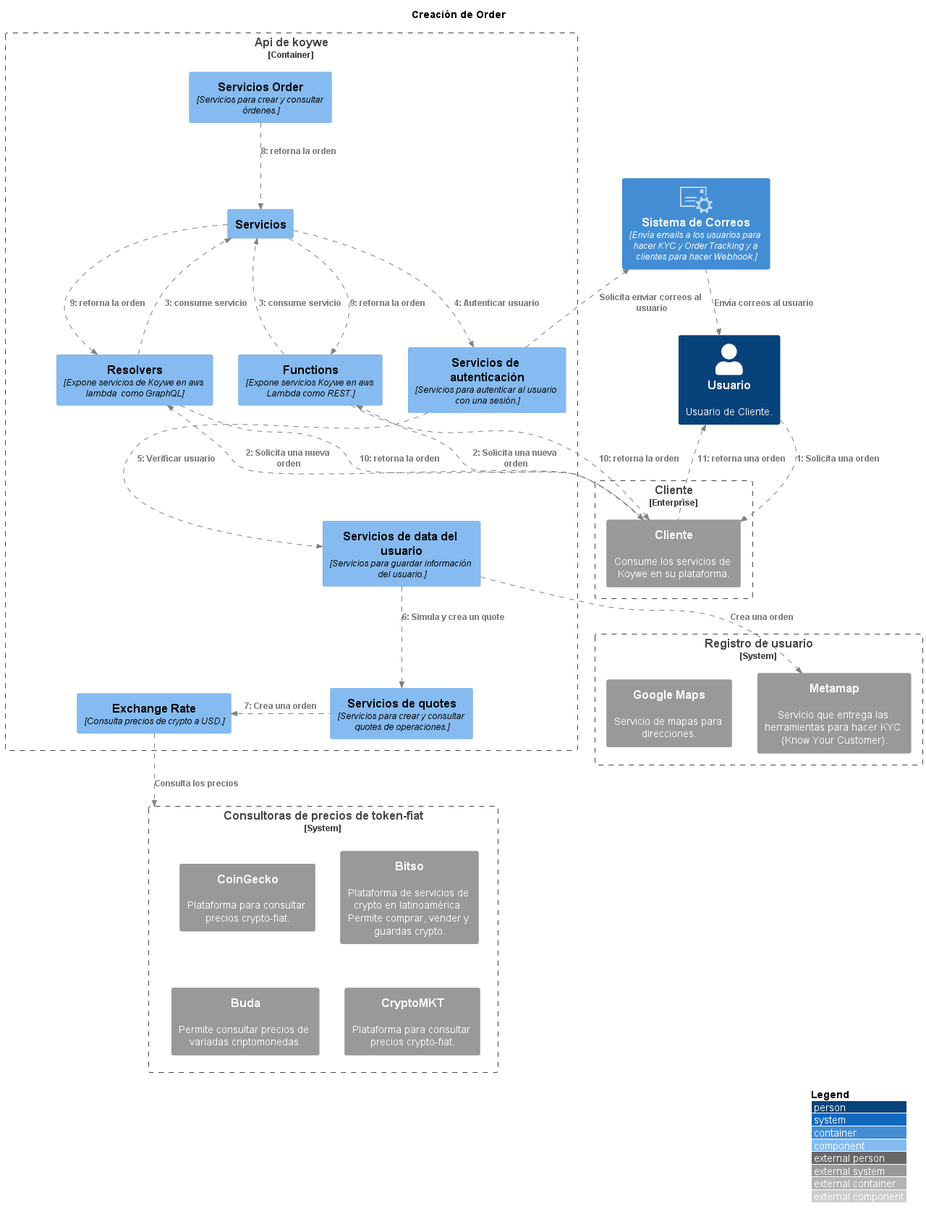
Above: koywe/crear_orden.png in kpeet/koyweC4 (PlantUML), before the change.
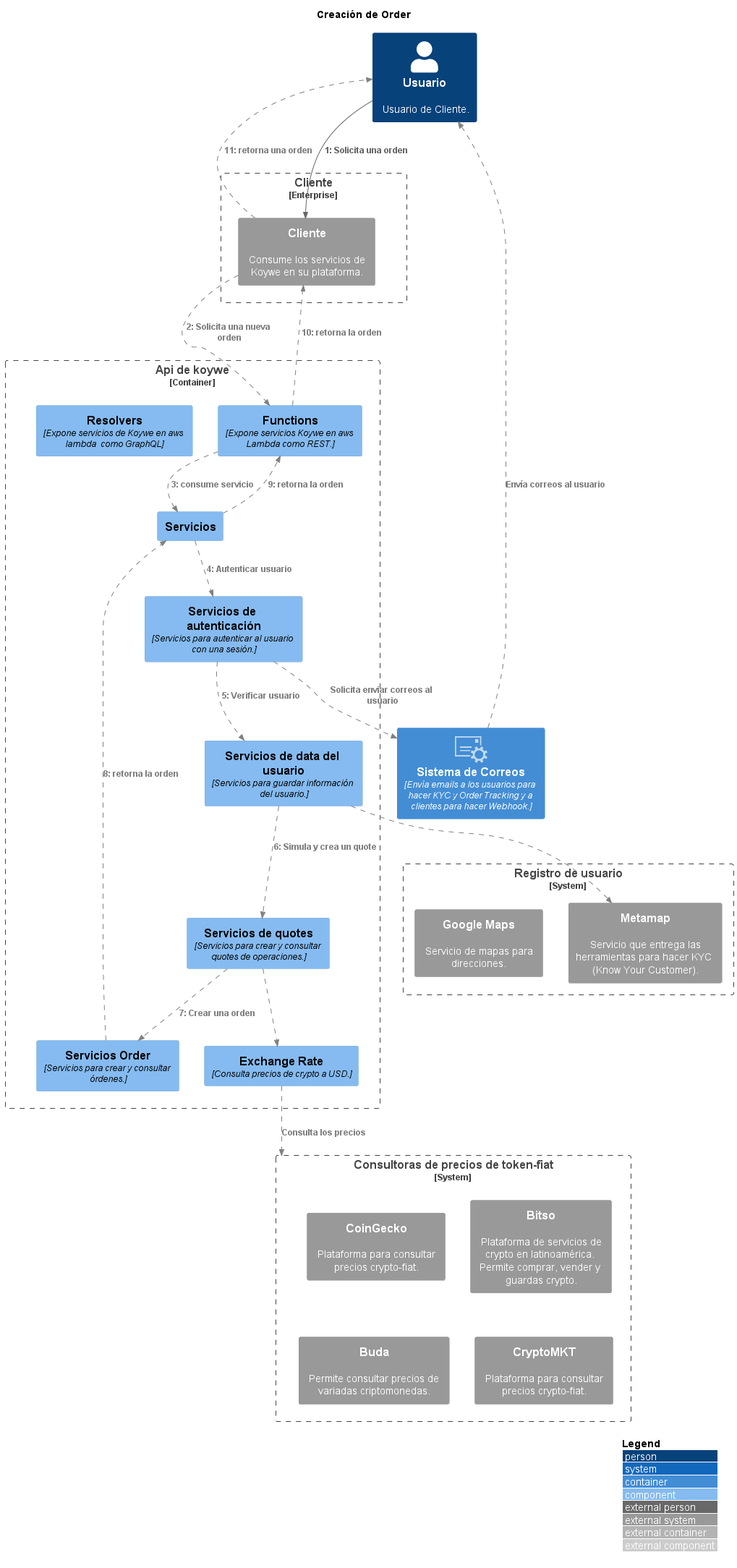
Later version of the same file.

What changed in the source:
```diff
@@ -26,6 +26,11 @@
 
 title Creación de Order
 
+Person(user,$TITULO_SOLICITANTE_KOYWE, $DESCRIPCION_SOLICITANTE_KOYWE )
+
+Enterprise_Boundary(cliente, $PERIMETRO_CLIENTE ) {
+    System_Ext(cliente_koywe, "Cliente" ,"Consume los servicios de Koywe en su plataforma." )
+}
 
 AddElementTag("micro service", $shape=RoundedBoxShape(), $bgColor="Yellow", $sprite="service_application", $fontColor="white")
 AddElementTag("storage", $shape=RoundedBoxShape(), $sprite="database_server", $fontColor="white")
@@ -47,11 +52,7 @@
     Component(order, "Servicios Order", "Servicios para crear y consultar órdenes.")
 }
 
-Person(user,$TITULO_SOLICITANTE_KOYWE, $DESCRIPCION_SOLICITANTE_KOYWE )
 
-Enterprise_Boundary(cliente, $PERIMETRO_CLIENTE ) {
-    System_Ext(cliente_koywe, "Cliente" ,"Consume los servicios de Koywe en su plataforma." )
-}
 System_Boundary(kyc, "Registro de usuario"){
     System_Ext(metamap, "Metamap", "Servicio que entrega las herramientas para hacer KYC (Know Your Customer).")
     System_Ext(google, "Google Maps", "Servicio de mapas para direcciones.")
@@ -64,27 +65,28 @@
 }
 Container(correo, "Sistema de Correos", "Envía emails a los usuarios para hacer KYC y Order Tracking y a clientes para hacer Webhook.", $tags = "mail")
 
+Lay_D(user, cliente)
+Lay_D(cliente, c0)
+Lay_D(user, correo)
 
-Rel_D(user, cliente_koywe,"1: Solicita una orden", $tags="linea")
-Rel_U(cliente_koywe, user,"11: retorna una orden", $tags="linea")
-Rel_D(cliente_koywe, functions,"2: Solicita una nueva orden", $tags="linea")
-Rel_D(cliente_koywe, resolvers,"2: Solicita una nueva orden", $tags="linea")
+Rel(user, cliente_koywe,"1: Solicita una orden")
+Rel(cliente_koywe, user,"11: retorna una orden", $tags="linea")
+Rel(cliente_koywe, functions,"2: Solicita una nueva orden", $tags="linea")
 
-Rel_D(functions, servicio,"3: consume servicio", $tags="linea")
-Rel_D(resolvers, servicio,"3: consume servicio", $tags="linea")
+Rel(functions, servicio,"3: consume servicio", $tags="linea")
 
-Rel_D(servicio, auth,"4: Autenticar usuario", $tags="linea")
-Rel_D(auth, document,"5: Verificar usuario", $tags="linea")
-Rel_D(document, quote,"6: Simula y crea un quote", $tags="linea")
-Rel_L(quote, exchange,"7: Crea una orden", $tags="linea")
+Rel(servicio, auth,"4: Autenticar usuario", $tags="linea")
+Rel(auth, document,"5: Verificar usuario", $tags="linea")
+Rel(document, quote,"6: Simula y crea un quote", $tags="linea")
+Rel(quote, exchange,"", $tags="linea")
+Rel(quote, order,"7: Crear una orden", $tags="linea")
+
 Rel(exchange, exchangeSystem,"Consulta los precios", $tags="linea")
-Rel_D(document, metamap,"Crea una orden", $tags="linea")
-Rel_D(order, servicio,"8: retorna la orden", $tags="linea")
+Rel(document, metamap,"", $tags="linea")
+Rel(order, servicio,"8: retorna la orden", $tags="linea")
 Rel(auth, correo,"Solicita enviar correos al usuario", $tags="linea")
 Rel(correo, user,"Envía correos al usuario", $tags="linea")
 Rel(servicio, functions,"9: retorna la orden", $tags="linea")
-Rel(servicio, resolvers,"9: retorna la orden", $tags="linea")
-Rel(resolvers, cliente_koywe,"10: retorna la orden", $tags="linea")
 Rel(functions, cliente_koywe,"10: retorna la orden", $tags="linea")
 
 
```
